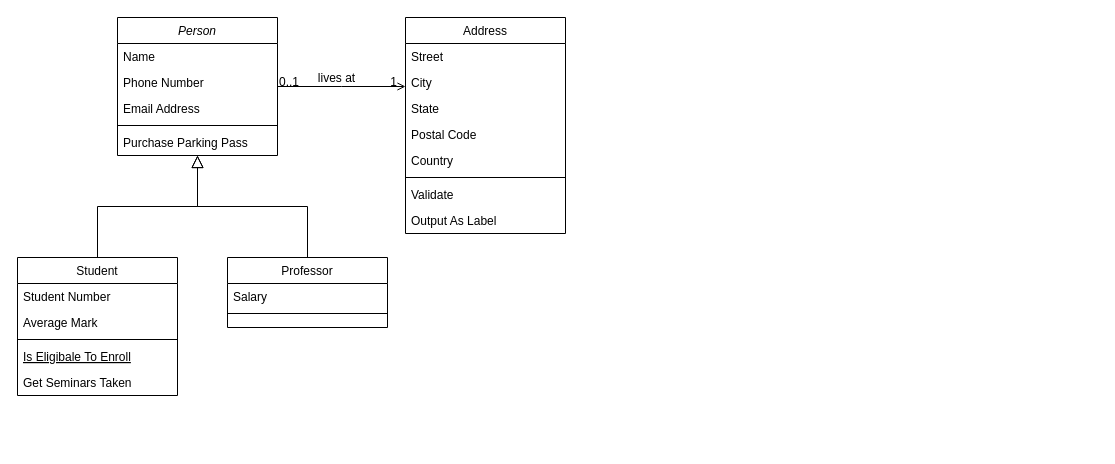
Above: page "Class Diagram" (2 of 2) of docs/design.drawio in uniba-swt/LetSynchronise (draw.io), before the change. Source tidied: cells renumbered, new cells numbered last; positions are measured from the earlier drawing's top-left corner, leaving out a move shared by most shapes. Both pictures are drawn from the tidied source at 100%, with x=0, y=0 at pixel (17, 17).
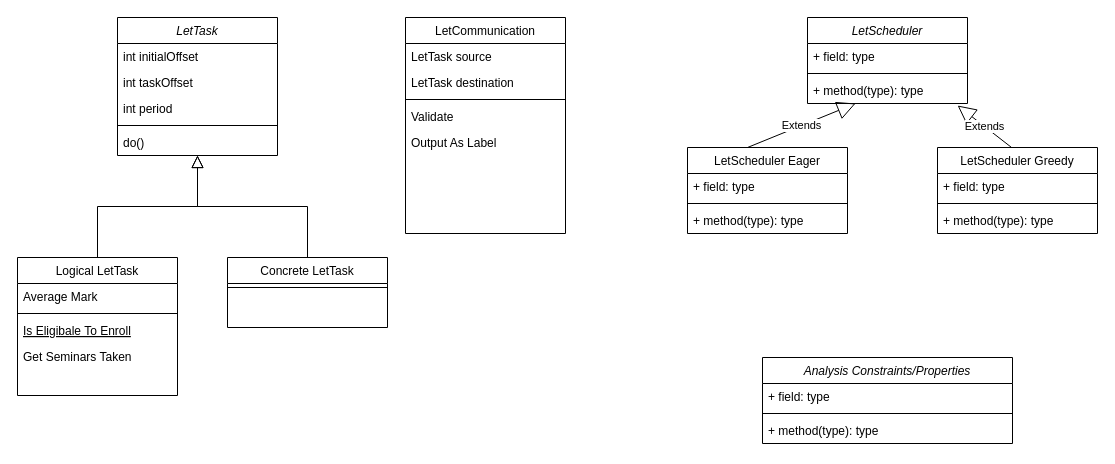
After the change.

Commit message (it also covers changes not shown here):
Updated repository structure for source code

What changed in the source:
```diff
@@
-    <mxCell id="2" value="Person" style="swimlane;fontStyle=2;align=center;verticalAlign=top;horizontal=1;startSize=26;rounded=0;shadow=0;strokeWidth=1;" parent="1" vertex="1">
+    <mxCell id="2" value="LetTask" style="swimlane;fontStyle=2;align=center;verticalAlign=top;horizontal=1;startSize=26;rounded=0;shadow=0;strokeWidth=1;" parent="1" vertex="1">
       <mxGeometry x="100" width="160" height="138" as="geometry" />
     </mxCell>
-    <mxCell id="3" value="Name" style="text;align=left;verticalAlign=top;spacingLeft=4;spacingRight=4;overflow=hidden;" parent="2" vertex="1">
+    <mxCell id="3" value="int initialOffset" style="text;align=left;verticalAlign=top;spacingLeft=4;spacingRight=4;overflow=hidden;" parent="2" vertex="1">
       <mxGeometry y="26" width="160" height="26" as="geometry" />
     </mxCell>
-    <mxCell id="4" value="Phone Number" style="text;align=left;verticalAlign=top;spacingLeft=4;spacingRight=4;overflow=hidden;rounded=0;shadow=0;html=0;" parent="2" vertex="1">
+    <mxCell id="4" value="int taskOffset" style="text;align=left;verticalAlign=top;spacingLeft=4;spacingRight=4;overflow=hidden;rounded=0;shadow=0;html=0;" parent="2" vertex="1">
       <mxGeometry y="52" width="160" height="26" as="geometry" />
     </mxCell>
-    <mxCell id="5" value="Email Address" style="text;align=left;verticalAlign=top;spacingLeft=4;spacingRight=4;overflow=hidden;rounded=0;shadow=0;html=0;" parent="2" vertex="1">
+    <mxCell id="5" value="int period" style="text;align=left;verticalAlign=top;spacingLeft=4;spacingRight=4;overflow=hidden;rounded=0;shadow=0;html=0;" parent="2" vertex="1">
       <mxGeometry y="78" width="160" height="26" as="geometry" />
     </mxCell>
@@
-    <mxCell id="7" value="Purchase Parking Pass" style="text;align=left;verticalAlign=top;spacingLeft=4;spacingRight=4;overflow=hidden;" parent="2" vertex="1">
+    <mxCell id="7" value="do()" style="text;align=left;verticalAlign=top;spacingLeft=4;spacingRight=4;overflow=hidden;" parent="2" vertex="1">
       <mxGeometry y="112" width="160" height="26" as="geometry" />
     </mxCell>
-    <mxCell id="8" value="Student" style="swimlane;fontStyle=0;align=center;verticalAlign=top;horizontal=1;startSize=26;rounded=0;shadow=0;strokeWidth=1;" parent="1" vertex="1">
+    <mxCell id="8" value="Logical LetTask" style="swimlane;fontStyle=0;align=center;verticalAlign=top;horizontal=1;startSize=26;rounded=0;shadow=0;strokeWidth=1;" parent="1" vertex="1">
       <mxGeometry y="240" width="160" height="138" as="geometry" />
     </mxCell>
-    <mxCell id="9" value="Student Number" style="text;align=left;verticalAlign=top;spacingLeft=4;spacingRight=4;overflow=hidden;" parent="8" vertex="1">
-      <mxGeometry y="26" width="160" height="26" as="geometry" />
-    </mxCell>
     <mxCell id="10" value="Average Mark" style="text;align=left;verticalAlign=top;spacingLeft=4;spacingRight=4;overflow=hidden;rounded=0;shadow=0;html=0;" parent="8" vertex="1">
-      <mxGeometry y="52" width="160" height="26" as="geometry" />
+      <mxGeometry y="26" width="160" height="26" as="geometry" />
     </mxCell>
     <mxCell id="11" style="line;html=1;strokeWidth=1;align=left;verticalAlign=middle;spacingTop=-1;spacingLeft=3;spacingRight=3;labelPosition=right;" parent="8" vertex="1">
-      <mxGeometry y="78" width="160" height="8" as="geometry" />
+      <mxGeometry y="52" width="160" height="8" as="geometry" />
     </mxCell>
     <mxCell id="12" value="Is Eligibale To Enroll" style="text;align=left;verticalAlign=top;spacingLeft=4;spacingRight=4;overflow=hidden;fontStyle=4;" parent="8" vertex="1">
-      <mxGeometry y="86" width="160" height="26" as="geometry" />
+      <mxGeometry y="60" width="160" height="26" as="geometry" />
     </mxCell>
     <mxCell id="13" value="Get Seminars Taken" style="text;align=left;verticalAlign=top;spacingLeft=4;spacingRight=4;overflow=hidden;" parent="8" vertex="1">
-      <mxGeometry y="112" width="160" height="26" as="geometry" />
+      <mxGeometry y="86" width="160" height="26" as="geometry" />
     </mxCell>
@@
-    <mxCell id="15" value="Professor" style="swimlane;fontStyle=0;align=center;verticalAlign=top;horizontal=1;startSize=26;rounded=0;shadow=0;strokeWidth=1;" parent="1" vertex="1">
+    <mxCell id="15" value="Concrete LetTask" style="swimlane;fontStyle=0;align=center;verticalAlign=top;horizontal=1;startSize=26;rounded=0;shadow=0;strokeWidth=1;" parent="1" vertex="1">
       <mxGeometry x="210" y="240" width="160" height="70" as="geometry" />
     </mxCell>
-    <mxCell id="16" value="Salary" style="text;align=left;verticalAlign=top;spacingLeft=4;spacingRight=4;overflow=hidden;" parent="15" vertex="1">
-      <mxGeometry y="26" width="160" height="26" as="geometry" />
-    </mxCell>
     <mxCell id="17" style="line;html=1;strokeWidth=1;align=left;verticalAlign=middle;spacingTop=-1;spacingLeft=3;spacingRight=3;labelPosition=right;" parent="15" vertex="1">
-      <mxGeometry y="52" width="160" height="8" as="geometry" />
+      <mxGeometry y="26" width="160" height="8" as="geometry" />
     </mxCell>
@@
-    <mxCell id="19" value="Address" style="swimlane;fontStyle=0;align=center;verticalAlign=top;horizontal=1;startSize=26;rounded=0;shadow=0;strokeWidth=1;" parent="1" vertex="1">
+    <mxCell id="19" value="LetCommunication" style="swimlane;fontStyle=0;align=center;verticalAlign=top;horizontal=1;startSize=26;rounded=0;shadow=0;strokeWidth=1;" parent="1" vertex="1">
       <mxGeometry x="388" width="160" height="216" as="geometry" />
     </mxCell>
-    <mxCell id="20" value="Street" style="text;align=left;verticalAlign=top;spacingLeft=4;spacingRight=4;overflow=hidden;" parent="19" vertex="1">
+    <mxCell id="20" value="LetTask source" style="text;align=left;verticalAlign=top;spacingLeft=4;spacingRight=4;overflow=hidden;" parent="19" vertex="1">
       <mxGeometry y="26" width="160" height="26" as="geometry" />
     </mxCell>
-    <mxCell id="21" value="City" style="text;align=left;verticalAlign=top;spacingLeft=4;spacingRight=4;overflow=hidden;rounded=0;shadow=0;html=0;" parent="19" vertex="1">
+    <mxCell id="21" value="LetTask destination" style="text;align=left;verticalAlign=top;spacingLeft=4;spacingRight=4;overflow=hidden;rounded=0;shadow=0;html=0;" parent="19" vertex="1">
       <mxGeometry y="52" width="160" height="26" as="geometry" />
     </mxCell>
-    <mxCell id="22" value="State" style="text;align=left;verticalAlign=top;spacingLeft=4;spacingRight=4;overflow=hidden;rounded=0;shadow=0;html=0;" parent="19" vertex="1">
-      <mxGeometry y="78" width="160" height="26" as="geometry" />
-    </mxCell>
-    <mxCell id="23" value="Postal Code" style="text;align=left;verticalAlign=top;spacingLeft=4;spacingRight=4;overflow=hidden;rounded=0;shadow=0;html=0;" parent="19" vertex="1">
-      <mxGeometry y="104" width="160" height="26" as="geometry" />
-    </mxCell>
-    <mxCell id="24" value="Country" style="text;align=left;verticalAlign=top;spacingLeft=4;spacingRight=4;overflow=hidden;rounded=0;shadow=0;html=0;" parent="19" vertex="1">
-      <mxGeometry y="130" width="160" height="26" as="geometry" />
-    </mxCell>
     <mxCell id="25" style="line;html=1;strokeWidth=1;align=left;verticalAlign=middle;spacingTop=-1;spacingLeft=3;spacingRight=3;labelPosition=right;" parent="19" vertex="1">
-      <mxGeometry y="156" width="160" height="8" as="geometry" />
+      <mxGeometry y="78" width="160" height="8" as="geometry" />
     </mxCell>
     <mxCell id="26" value="Validate" style="text;align=left;verticalAlign=top;spacingLeft=4;spacingRight=4;overflow=hidden;" parent="19" vertex="1">
-      <mxGeometry y="164" width="160" height="26" as="geometry" />
+      <mxGeometry y="86" width="160" height="26" as="geometry" />
     </mxCell>
     <mxCell id="27" value="Output As Label" style="text;align=left;verticalAlign=top;spacingLeft=4;spacingRight=4;overflow=hidden;" parent="19" vertex="1">
-      <mxGeometry y="190" width="160" height="26" as="geometry" />
+      <mxGeometry y="112" width="160" height="26" as="geometry" />
     </mxCell>
-    <mxCell id="28" style="endArrow=open;shadow=0;strokeWidth=1;rounded=0;endFill=1;edgeStyle=elbowEdgeStyle;elbow=vertical;" parent="1" edge="1" source="2" target="19">
-      <mxGeometry x="0.5" y="41" relative="1" as="geometry">
-        <mxPoint x="-40" y="32" as="offset" />
-      </mxGeometry>
-    </mxCell>
-    <mxCell id="29" value="0..1" style="align=left;verticalAlign=bottom;labelBackgroundColor=none;fontSize=12;" parent="28" vertex="1">
-      <mxGeometry x="-1" relative="1" as="geometry">
-        <mxPoint y="4" as="offset" />
-      </mxGeometry>
-    </mxCell>
-    <mxCell id="30" value="1" style="align=right;verticalAlign=bottom;labelBackgroundColor=none;fontSize=12;" parent="28" vertex="1">
-      <mxGeometry x="1" relative="1" as="geometry">
-        <mxPoint x="-7" y="4" as="offset" />
-      </mxGeometry>
-    </mxCell>
-    <mxCell id="31" value="lives at" style="text;html=1;align=center;verticalAlign=middle;labelBackgroundColor=none;rounded=0;shadow=0;strokeWidth=1;fontSize=12;" parent="28" vertex="1">
-      <mxGeometry x="0.5" y="49" relative="1" as="geometry">
-        <mxPoint x="-38" y="40" as="offset" />
-      </mxGeometry>
-    </mxCell>
+    <mxCell id="32" value="LetScheduler" style="swimlane;fontStyle=2;align=center;verticalAlign=top;horizontal=1;startSize=26;" parent="1" vertex="1">
+      <mxGeometry x="790" width="160" height="86" as="geometry" />
+    </mxCell>
+    <mxCell id="33" value="+ field: type" style="text;strokeColor=none;fillColor=none;align=left;verticalAlign=top;spacingLeft=4;spacingRight=4;overflow=hidden;" parent="32" vertex="1">
+      <mxGeometry y="26" width="160" height="26" as="geometry" />
+    </mxCell>
+    <mxCell id="34" style="line;strokeWidth=1;fillColor=none;align=left;verticalAlign=middle;spacingTop=-1;spacingLeft=3;spacingRight=3;labelPosition=right;" parent="32" vertex="1">
+      <mxGeometry y="52" width="160" height="8" as="geometry" />
+    </mxCell>
+    <mxCell id="35" value="+ method(type): type" style="text;strokeColor=none;fillColor=none;align=left;verticalAlign=top;spacingLeft=4;spacingRight=4;overflow=hidden;points=[[0,0.5],[1,0.5]];portConstraint=eastwest;" parent="32" vertex="1">
+      <mxGeometry y="60" width="160" height="26" as="geometry" />
+    </mxCell>
+    <mxCell id="36" value="LetScheduler Eager" style="swimlane;fontStyle=0;align=center;verticalAlign=top;horizontal=1;startSize=26;" parent="1" vertex="1">
+      <mxGeometry x="670" y="130" width="160" height="86" as="geometry" />
+    </mxCell>
+    <mxCell id="37" value="Extends" style="endArrow=block;endSize=16;endFill=0;html=1;" parent="36" edge="1" target="35">
+      <mxGeometry relative="1" as="geometry">
+        <mxPoint x="60" as="sourcePoint" />
+      </mxGeometry>
+    </mxCell>
+    <mxCell id="38" value="+ field: type" style="text;strokeColor=none;fillColor=none;align=left;verticalAlign=top;spacingLeft=4;spacingRight=4;overflow=hidden;" parent="36" vertex="1">
+      <mxGeometry y="26" width="160" height="26" as="geometry" />
+    </mxCell>
+    <mxCell id="39" style="line;strokeWidth=1;fillColor=none;align=left;verticalAlign=middle;spacingTop=-1;spacingLeft=3;spacingRight=3;labelPosition=right;" parent="36" vertex="1">
+      <mxGeometry y="52" width="160" height="8" as="geometry" />
+    </mxCell>
+    <mxCell id="40" value="+ method(type): type" style="text;strokeColor=none;fillColor=none;align=left;verticalAlign=top;spacingLeft=4;spacingRight=4;overflow=hidden;" parent="36" vertex="1">
+      <mxGeometry y="60" width="160" height="26" as="geometry" />
+    </mxCell>
+    <mxCell id="41" value="LetScheduler Greedy" style="swimlane;fontStyle=0;align=center;verticalAlign=top;horizontal=1;startSize=26;" parent="1" vertex="1">
+      <mxGeometry x="920" y="130" width="160" height="86" as="geometry" />
+    </mxCell>
+    <mxCell id="42" value="+ field: type" style="text;strokeColor=none;fillColor=none;align=left;verticalAlign=top;spacingLeft=4;spacingRight=4;overflow=hidden;" parent="41" vertex="1">
+      <mxGeometry y="26" width="160" height="26" as="geometry" />
+    </mxCell>
+    <mxCell id="43" style="line;strokeWidth=1;fillColor=none;align=left;verticalAlign=middle;spacingTop=-1;spacingLeft=3;spacingRight=3;labelPosition=right;" parent="41" vertex="1">
+      <mxGeometry y="52" width="160" height="8" as="geometry" />
+    </mxCell>
+    <mxCell id="44" value="+ method(type): type" style="text;strokeColor=none;fillColor=none;align=left;verticalAlign=top;spacingLeft=4;spacingRight=4;overflow=hidden;" parent="41" vertex="1">
+      <mxGeometry y="60" width="160" height="26" as="geometry" />
+    </mxCell>
+    <mxCell id="45" value="Extends" style="endArrow=block;endSize=16;endFill=0;html=1;entryX=0.938;entryY=1.077;entryDx=0;entryDy=0;entryPerimeter=0;exitX=0.463;exitY=0;exitDx=0;exitDy=0;exitPerimeter=0;" parent="1" edge="1" source="41" target="35">
+      <mxGeometry relative="1" as="geometry" />
+    </mxCell>
+    <mxCell id="46" value="Analysis Constraints/Properties" style="swimlane;fontStyle=2;align=center;verticalAlign=top;horizontal=1;startSize=26;" parent="1" vertex="1">
+      <mxGeometry x="745" y="340" width="250" height="86" as="geometry" />
+    </mxCell>
+    <mxCell id="47" value="+ field: type" style="text;strokeColor=none;fillColor=none;align=left;verticalAlign=top;spacingLeft=4;spacingRight=4;overflow=hidden;" parent="46" vertex="1">
+      <mxGeometry y="26" width="250" height="26" as="geometry" />
+    </mxCell>
+    <mxCell id="48" style="line;strokeWidth=1;fillColor=none;align=left;verticalAlign=middle;spacingTop=-1;spacingLeft=3;spacingRight=3;labelPosition=right;" parent="46" vertex="1">
+      <mxGeometry y="52" width="250" height="8" as="geometry" />
+    </mxCell>
+    <mxCell id="49" value="+ method(type): type" style="text;strokeColor=none;fillColor=none;align=left;verticalAlign=top;spacingLeft=4;spacingRight=4;overflow=hidden;" parent="46" vertex="1">
+      <mxGeometry y="60" width="250" height="26" as="geometry" />
+    </mxCell>
```
